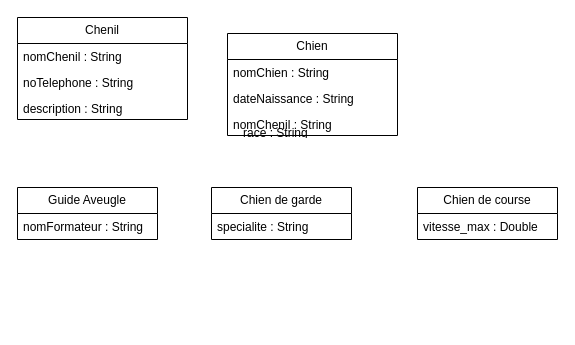
The draw.io diagram diagramme_chenil.drawio in ewan-delanoy/uml_diagram, before the edit. Source tidied: cells renumbered, new cells numbered last; positions are measured from the earlier drawing's top-left corner, leaving out a move shared by most shapes. Both pictures are drawn from the tidied source at 100%, with x=0, y=0 at pixel (17, 17).
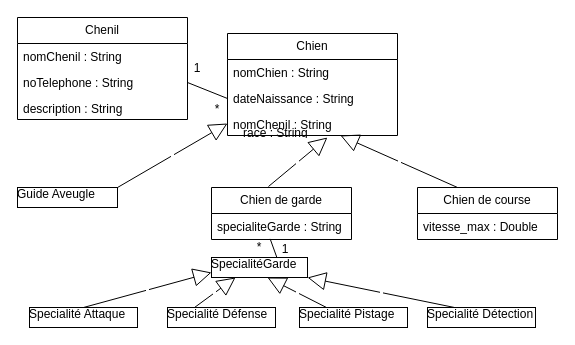
The same page after the edit.

Commit message (it also covers changes not shown here):
Mettre à jour diagramme_chenil.drawio

The change refers to these unchanged cells:
```xml
<mxCell id="4" value="dateNaissance : String" style="text;strokeColor=none;fillColor=none;align=left;verticalAlign=top;spacingLeft=4;spacingRight=4;overflow=hidden;points=[[0,0.5],[1,0.5]];portConstraint=eastwest;whiteSpace=wrap;html=1;" parent="2" vertex="1">
  <mxGeometry y="52" width="170" height="26" as="geometry" />
</mxCell>
<mxCell id="5" value="nomChenil : String" style="text;strokeColor=none;fillColor=none;align=left;verticalAlign=top;spacingLeft=4;spacingRight=4;overflow=hidden;points=[[0,0.5],[1,0.5]];portConstraint=eastwest;whiteSpace=wrap;html=1;" parent="2" vertex="1">
  <mxGeometry y="78" width="170" height="24" as="geometry" />
</mxCell>
<mxCell id="8" value="noTelephone : String" style="text;strokeColor=none;fillColor=none;align=left;verticalAlign=top;spacingLeft=4;spacingRight=4;overflow=hidden;points=[[0,0.5],[1,0.5]];portConstraint=eastwest;whiteSpace=wrap;html=1;" parent="6" vertex="1">
  <mxGeometry y="52" width="170" height="26" as="geometry" />
</mxCell>
<mxCell id="10" value="Chien de course" style="swimlane;fontStyle=0;horizontal=1;startSize=26;fillColor=none;whiteSpace=wrap;html=1;" parent="1" vertex="1">
  <mxGeometry x="400" y="170" width="140" height="52" as="geometry" />
</mxCell>
<mxCell id="12" value="Chien de garde" style="swimlane;fontStyle=0;horizontal=1;startSize=26;fillColor=none;whiteSpace=wrap;html=1;" parent="1" vertex="1">
  <mxGeometry x="194" y="170" width="140" height="52" as="geometry" />
</mxCell>
<mxCell id="14" value="race : String" style="text;strokeColor=none;fillColor=none;align=left;verticalAlign=top;spacingLeft=4;spacingRight=4;overflow=hidden;points=[[0,0.5],[1,0.5]];portConstraint=eastwest;whiteSpace=wrap;html=1;" parent="1" vertex="1">
  <mxGeometry x="220" y="102" width="170" height="16" as="geometry" />
</mxCell>
```

The edit, as a diff of the source:
```diff
@@
-    <mxCell id="13" value="specialite : String" style="text;strokeColor=none;fillColor=none;align=left;verticalAlign=top;spacingLeft=4;spacingRight=4;overflow=hidden;points=[[0,0.5],[1,0.5]];portConstraint=eastwest;whiteSpace=wrap;html=1;" parent="12" vertex="1">
+    <mxCell id="13" value="specialiteGarde : String" style="text;strokeColor=none;fillColor=none;align=left;verticalAlign=top;spacingLeft=4;spacingRight=4;overflow=hidden;points=[[0,0.5],[1,0.5]];portConstraint=eastwest;whiteSpace=wrap;html=1;" parent="12" vertex="1">
       <mxGeometry y="26" width="140" height="26" as="geometry" />
     </mxCell>
@@
+    <mxCell id="17" style="endArrow=none;html=1;rounded=0;entryX=0;entryY=0.5;entryDx=0;entryDy=0;exitX=1;exitY=0.5;exitDx=0;exitDy=0;" parent="1" edge="1" source="8" target="4">
+      <mxGeometry relative="1" as="geometry" />
+    </mxCell>
+    <mxCell id="18" value="&amp;nbsp;" style="endArrow=block;endSize=16;endFill=0;html=1;rounded=0;entryX=0.529;entryY=1.125;entryDx=0;entryDy=0;entryPerimeter=0;exitX=0.407;exitY=-0.019;exitDx=0;exitDy=0;exitPerimeter=0;" parent="1" edge="1" source="12" target="14">
+      <mxGeometry relative="1" as="geometry" />
+    </mxCell>
+    <mxCell id="19" value="&amp;nbsp;" style="endArrow=block;endSize=16;endFill=0;html=1;rounded=0;exitX=0.286;exitY=0;exitDx=0;exitDy=0;exitPerimeter=0;" parent="1" edge="1" source="10" target="14">
+      <mxGeometry relative="1" as="geometry" />
+    </mxCell>
-    <mxCell id="15" value="Guide Aveugle" style="swimlane;fontStyle=0;horizontal=1;startSize=26;fillColor=none;whiteSpace=wrap;html=1;" parent="1" vertex="1">
-      <mxGeometry y="170" width="140" height="52" as="geometry" />
+    <mxCell id="15" value="Guide Aveugle" style="verticalAlign=top;align=left;overflow=fill;fontSize=12;fontFamily=Helvetica;html=1;whiteSpace=wrap;" parent="1" vertex="1">
+      <mxGeometry y="170" width="100" height="20" as="geometry" />
     </mxCell>
-    <mxCell id="16" value="nomFormateur : String " style="text;strokeColor=none;fillColor=none;align=left;verticalAlign=top;spacingLeft=4;spacingRight=4;overflow=hidden;whiteSpace=wrap;html=1;" parent="15" vertex="1">
-      <mxGeometry y="26" width="140" height="26" as="geometry" />
-    </mxCell>
+    <mxCell id="20" value="&amp;nbsp;" style="endArrow=block;endSize=16;endFill=0;html=1;rounded=0;entryX=0;entryY=0.5;entryDx=0;entryDy=0;exitX=0.407;exitY=-0.019;exitDx=0;exitDy=0;exitPerimeter=0;" parent="1" edge="1" target="5">
+      <mxGeometry relative="1" as="geometry">
+        <mxPoint x="100" y="170" as="sourcePoint" />
+      </mxGeometry>
+    </mxCell>
+    <mxCell id="21" value="SpecialitéGarde" style="verticalAlign=top;align=left;overflow=fill;fontSize=12;fontFamily=Helvetica;html=1;whiteSpace=wrap;" parent="1" vertex="1">
+      <mxGeometry x="194" y="240" width="96" height="20" as="geometry" />
+    </mxCell>
+    <mxCell id="22" value="Specialité Défense" style="verticalAlign=top;align=left;overflow=fill;fontSize=12;fontFamily=Helvetica;html=1;whiteSpace=wrap;" parent="1" vertex="1">
+      <mxGeometry x="150" y="290" width="108" height="20" as="geometry" />
+    </mxCell>
+    <mxCell id="23" value="Specialité Attaque" style="verticalAlign=top;align=left;overflow=fill;fontSize=12;fontFamily=Helvetica;html=1;whiteSpace=wrap;" parent="1" vertex="1">
+      <mxGeometry x="12" y="290" width="108" height="20" as="geometry" />
+    </mxCell>
+    <mxCell id="24" value="Specialité Détection" style="verticalAlign=top;align=left;overflow=fill;fontSize=12;fontFamily=Helvetica;html=1;whiteSpace=wrap;" parent="1" vertex="1">
+      <mxGeometry x="410" y="290" width="108" height="20" as="geometry" />
+    </mxCell>
+    <mxCell id="25" value="Specialité Pistage" style="verticalAlign=top;align=left;overflow=fill;fontSize=12;fontFamily=Helvetica;html=1;whiteSpace=wrap;" parent="1" vertex="1">
+      <mxGeometry x="282" y="290" width="108" height="20" as="geometry" />
+    </mxCell>
+    <mxCell id="26" value="&amp;nbsp;" style="endArrow=block;endSize=16;endFill=0;html=1;rounded=0;entryX=1;entryY=1;entryDx=0;entryDy=0;exitX=0.25;exitY=0;exitDx=0;exitDy=0;" parent="1" edge="1" source="24" target="21">
+      <mxGeometry relative="1" as="geometry" />
+    </mxCell>
+    <mxCell id="27" value="&amp;nbsp;" style="endArrow=block;endSize=16;endFill=0;html=1;rounded=0;entryX=0;entryY=0.5;entryDx=0;entryDy=0;exitX=0.25;exitY=0;exitDx=0;exitDy=0;" parent="1" edge="1" source="25">
+      <mxGeometry relative="1" as="geometry">
+        <mxPoint x="250" y="260" as="targetPoint" />
+      </mxGeometry>
+    </mxCell>
+    <mxCell id="28" value="&amp;nbsp;" style="endArrow=block;endSize=16;endFill=0;html=1;rounded=0;entryX=0.25;entryY=1;entryDx=0;entryDy=0;exitX=0.25;exitY=0;exitDx=0;exitDy=0;" parent="1" edge="1" source="22" target="21">
+      <mxGeometry relative="1" as="geometry" />
+    </mxCell>
+    <mxCell id="29" value="&amp;nbsp;" style="endArrow=block;endSize=16;endFill=0;html=1;rounded=0;entryX=0;entryY=0.75;entryDx=0;entryDy=0;exitX=0.5;exitY=0;exitDx=0;exitDy=0;" parent="1" edge="1" source="23" target="21">
+      <mxGeometry relative="1" as="geometry" />
+    </mxCell>
+    <mxCell id="30" style="endArrow=none;html=1;rounded=0;entryX=0.419;entryY=0.977;entryDx=0;entryDy=0;entryPerimeter=0;exitX=0.683;exitY=0.026;exitDx=0;exitDy=0;exitPerimeter=0;" parent="1" edge="1" source="21" target="13">
+      <mxGeometry relative="1" as="geometry" />
+    </mxCell>
+    <mxCell id="31" value="1" style="text;html=1;strokeColor=none;fillColor=none;align=center;verticalAlign=middle;whiteSpace=wrap;rounded=0;" parent="1" vertex="1">
+      <mxGeometry x="170" y="41" width="20" height="20" as="geometry" />
+    </mxCell>
+    <mxCell id="32" value="1" style="text;html=1;strokeColor=none;fillColor=none;align=center;verticalAlign=middle;whiteSpace=wrap;rounded=0;" parent="1" vertex="1">
+      <mxGeometry x="258" y="222" width="20" height="20" as="geometry" />
+    </mxCell>
+    <mxCell id="33" value="*" style="text;html=1;strokeColor=none;fillColor=none;align=center;verticalAlign=middle;whiteSpace=wrap;rounded=0;" parent="1" vertex="1">
+      <mxGeometry x="232" y="220" width="20" height="20" as="geometry" />
+    </mxCell>
+    <mxCell id="34" value="*" style="text;html=1;strokeColor=none;fillColor=none;align=center;verticalAlign=middle;whiteSpace=wrap;rounded=0;" parent="1" vertex="1">
+      <mxGeometry x="190" y="82" width="20" height="20" as="geometry" />
+    </mxCell>
```
